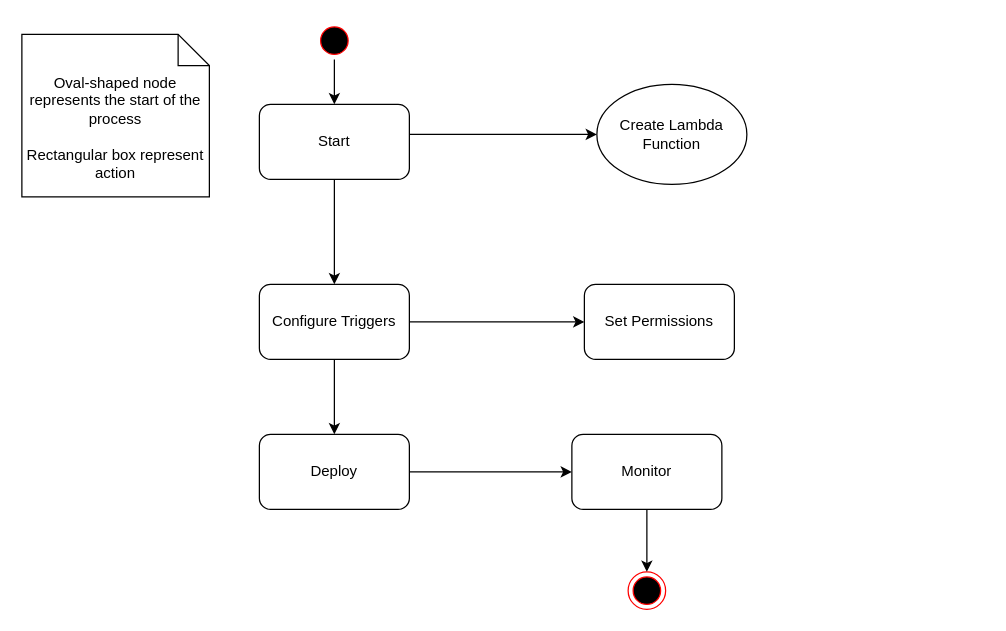
The draw.io diagram AWS Lambda Activity Diagram.drawio in coderTechJordan/Networking, before the edit. Source tidied: cells renumbered, new cells numbered last; positions are measured from the earlier drawing's top-left corner, leaving out a move shared by most shapes. Both pictures are drawn from the tidied source at 125%, with x=0, y=0 at pixel (21, 21).
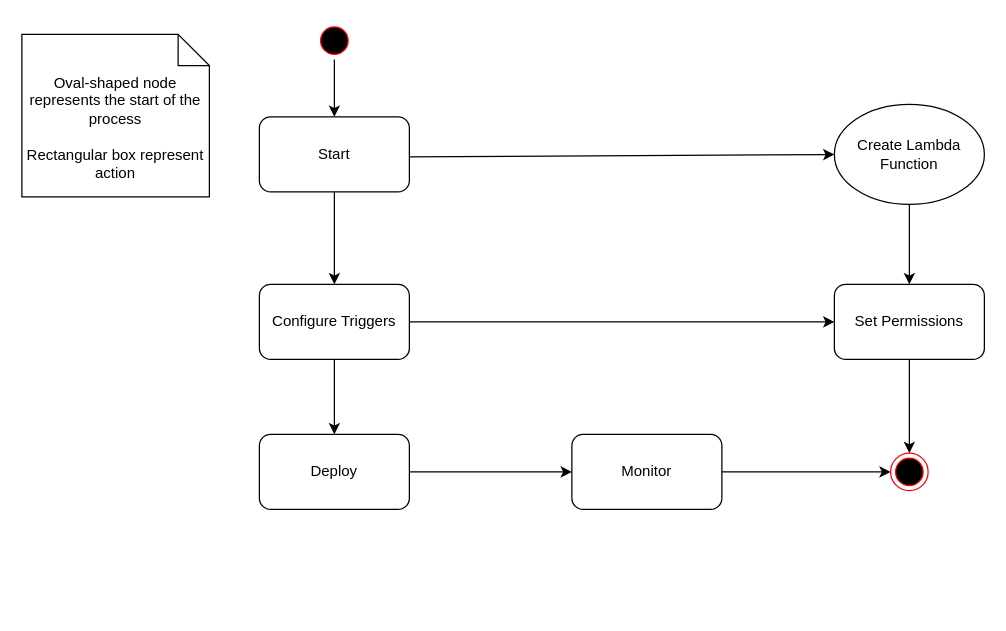
After the change.

Diff of the diagram source:
```diff
@@
 <mxGraphModel>
   <root>
     <mxCell id="0" />
     <mxCell id="1" parent="0" />
     <mxCell id="2" style="ellipse;shape=startState;fillColor=#000000;strokeColor=#ff0000;" parent="1" vertex="1">
       <mxGeometry x="235" width="30" height="30" as="geometry" />
     </mxCell>
     <mxCell id="3" value="Oval-shaped node represents the start of the process&lt;br&gt;&lt;br&gt;Rectangular box represent action" style="shape=note2;boundedLbl=1;whiteSpace=wrap;html=1;size=25;verticalAlign=top;align=center;" parent="1" vertex="1">
       <mxGeometry y="10" width="150" height="130" as="geometry" />
     </mxCell>
-    <mxCell id="4" style="endArrow=classic;html=1;rounded=0;exitX=0.975;exitY=0.4;exitDx=0;exitDy=0;exitPerimeter=0;" parent="1" edge="1" source="8" target="16">
+    <mxCell id="4" style="endArrow=classic;html=1;rounded=0;exitX=0.95;exitY=0.533;exitDx=0;exitDy=0;exitPerimeter=0;" parent="1" edge="1" source="8" target="16">
       <mxGeometry relative="1" as="geometry" />
     </mxCell>
     <mxCell id="5" style="endArrow=classic;html=1;rounded=0;" parent="1" edge="1" source="8" target="17">
       <mxGeometry relative="1" as="geometry" />
     </mxCell>
     <mxCell id="6" value="Set Permissions" style="rounded=1;whiteSpace=wrap;html=1;" parent="1" vertex="1">
-      <mxGeometry x="450" y="210" width="120" height="60" as="geometry" />
+      <mxGeometry x="650" y="210" width="120" height="60" as="geometry" />
     </mxCell>
     <mxCell id="7" style="endArrow=classic;html=1;rounded=0;exitX=1;exitY=0.5;exitDx=0;exitDy=0;entryX=0;entryY=0.5;entryDx=0;entryDy=0;" parent="1" edge="1" source="17" target="6">
       <mxGeometry relative="1" as="geometry" />
     </mxCell>
     <mxCell id="8" value="Start" style="rounded=1;whiteSpace=wrap;html=1;" parent="1" vertex="1">
-      <mxGeometry x="190" y="66" width="120" height="60" as="geometry" />
+      <mxGeometry x="190" y="76" width="120" height="60" as="geometry" />
     </mxCell>
     <mxCell id="9" value="Deploy" style="rounded=1;whiteSpace=wrap;html=1;" parent="1" vertex="1">
       <mxGeometry x="190" y="330" width="120" height="60" as="geometry" />
     </mxCell>
     <mxCell id="10" style="endArrow=classic;html=1;rounded=0;exitX=0.5;exitY=1;exitDx=0;exitDy=0;" parent="1" edge="1" source="17" target="9">
       <mxGeometry relative="1" as="geometry" />
     </mxCell>
     <mxCell id="11" value="Monitor" style="rounded=1;whiteSpace=wrap;html=1;" parent="1" vertex="1">
       <mxGeometry x="440" y="330" width="120" height="60" as="geometry" />
     </mxCell>
     <mxCell id="12" style="endArrow=classic;html=1;rounded=0;exitX=1;exitY=0.5;exitDx=0;exitDy=0;entryX=0;entryY=0.5;entryDx=0;entryDy=0;" parent="1" edge="1" source="9" target="11">
       <mxGeometry relative="1" as="geometry" />
     </mxCell>
     <mxCell id="13" style="ellipse;shape=endState;fillColor=#000000;strokeColor=#ff0000;" parent="1" vertex="1">
-      <mxGeometry x="485" y="440" width="30" height="30" as="geometry" />
+      <mxGeometry x="695" y="345" width="30" height="30" as="geometry" />
     </mxCell>
-    <mxCell id="14" style="endArrow=classic;html=1;rounded=0;exitX=0.5;exitY=1;exitDx=0;exitDy=0;entryX=0.5;entryY=0;entryDx=0;entryDy=0;" parent="1" edge="1" source="11" target="13">
+    <mxCell id="14" style="endArrow=classic;html=1;rounded=0;exitX=1;exitY=0.5;exitDx=0;exitDy=0;entryX=0;entryY=0.5;entryDx=0;entryDy=0;" parent="1" edge="1" source="11" target="13">
       <mxGeometry relative="1" as="geometry" />
     </mxCell>
     <mxCell id="15" style="endArrow=classic;html=1;rounded=0;exitX=0.5;exitY=1;exitDx=0;exitDy=0;" parent="1" edge="1" source="2" target="8">
       <mxGeometry relative="1" as="geometry" />
     </mxCell>
     <mxCell id="16" value="Create Lambda Function" style="ellipse;whiteSpace=wrap;html=1;" parent="1" vertex="1">
-      <mxGeometry x="460" y="50" width="120" height="80" as="geometry" />
+      <mxGeometry x="650" y="66" width="120" height="80" as="geometry" />
     </mxCell>
     <mxCell id="17" value="Configure Triggers" style="rounded=1;whiteSpace=wrap;html=1;" parent="1" vertex="1">
       <mxGeometry x="190" y="210" width="120" height="60" as="geometry" />
     </mxCell>
+    <mxCell id="18" style="endArrow=classic;html=1;rounded=0;exitX=0.5;exitY=1;exitDx=0;exitDy=0;entryX=0.5;entryY=0;entryDx=0;entryDy=0;" parent="1" edge="1" source="16" target="6">
+      <mxGeometry relative="1" as="geometry" />
+    </mxCell>
+    <mxCell id="19" style="endArrow=classic;html=1;rounded=0;exitX=0.5;exitY=1;exitDx=0;exitDy=0;entryX=0.5;entryY=0;entryDx=0;entryDy=0;" parent="1" edge="1" source="6" target="13">
+      <mxGeometry relative="1" as="geometry" />
+    </mxCell>
   </root>
 </mxGraphModel>
```
